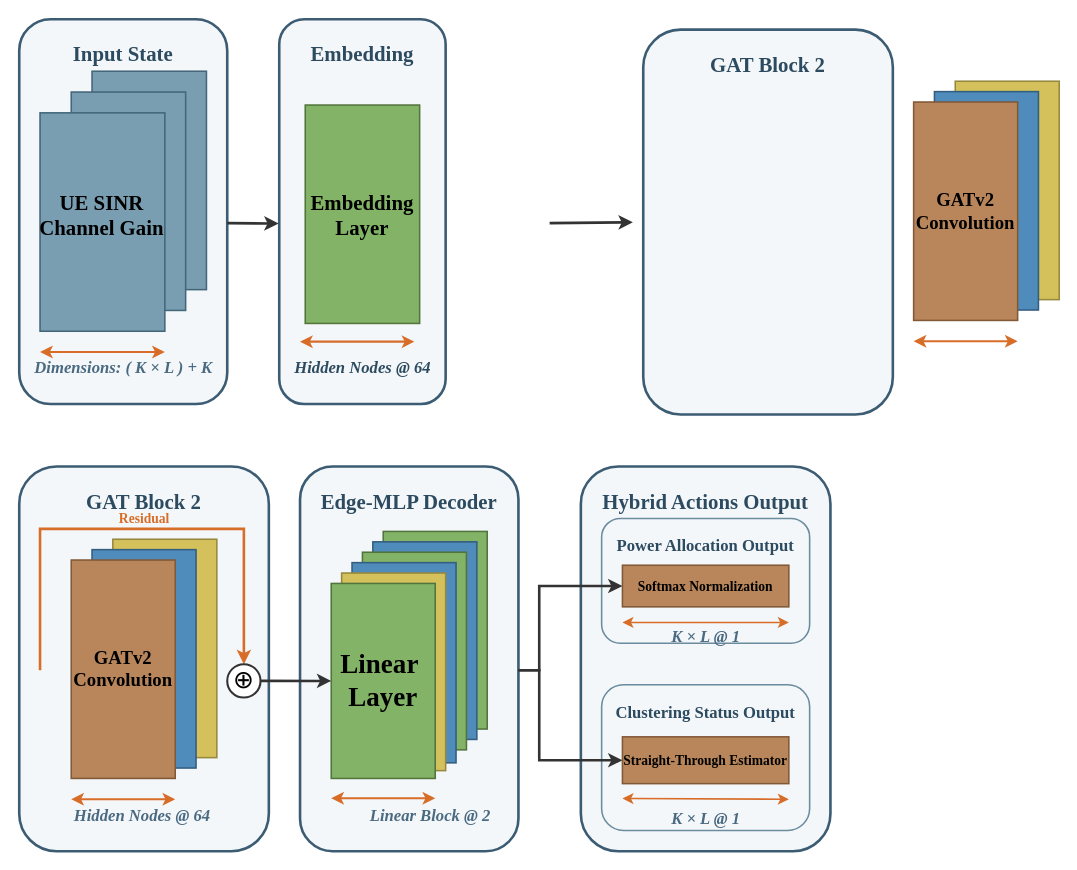
This is 毕设GNN架构图.drawio from youmiwei/drawio, a draw.io file, before an edit. Source tidied: cells renumbered, new cells numbered last; positions are measured from the earlier drawing's top-left corner, leaving out a move shared by most shapes. Both pictures are drawn from the tidied source at 104%, with x=0, y=0 at pixel (19, 19).
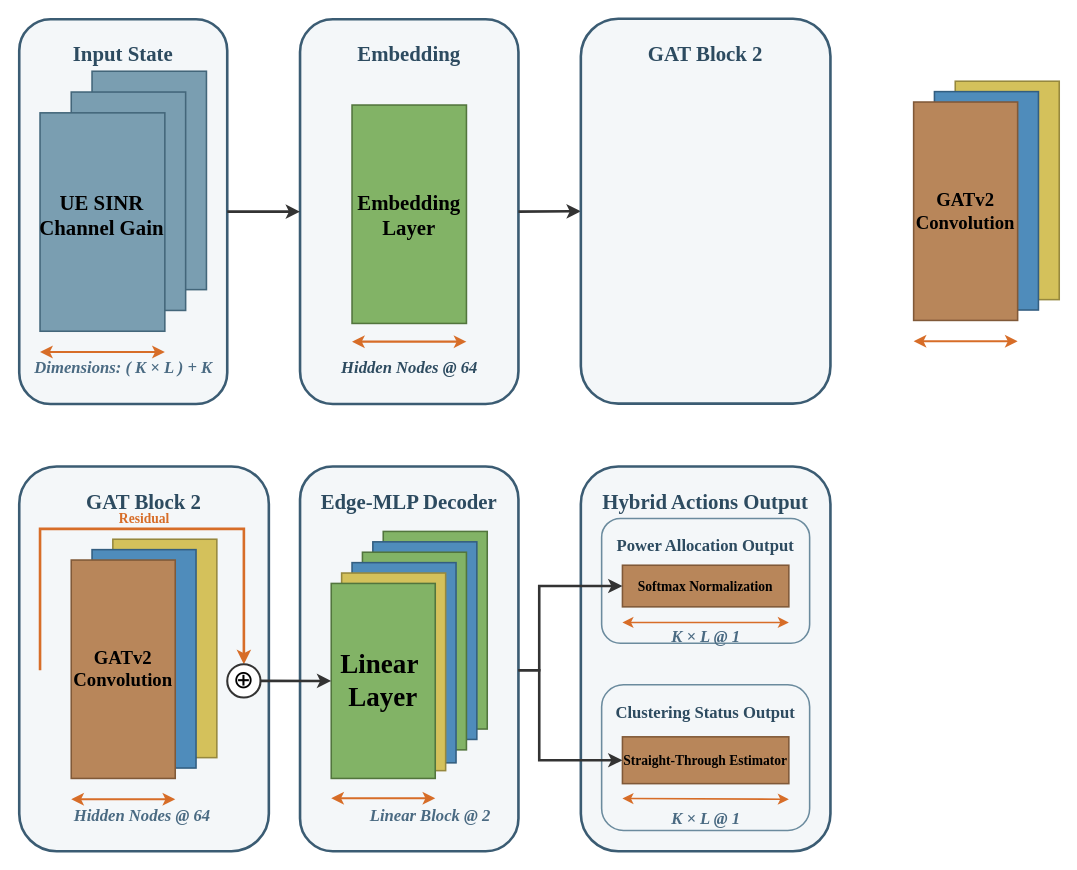
Above is the later version.

Commit message (it also covers changes not shown here):
更新毕设GNN架构图.drawio

Unchanged cells that the change refers to:
```xml
<mxCell id="3" value="&lt;font color=&quot;#2d4b60&quot; style=&quot;font-size: 20px;&quot;&gt;Input State&lt;/font&gt;" style="rounded=1;whiteSpace=wrap;html=1;fillColor=#f4f7f9;strokeColor=#3b5c73;strokeWidth=2.5;align=center;verticalAlign=top;fontStyle=1;spacingTop=15;fontFamily=Times New Roman, 宋体;" parent="1" vertex="1">
  <mxGeometry width="200" height="370" as="geometry" />
</mxCell>
```

Diff of the diagram source:
```diff
@@
     <mxCell id="2" value="&lt;span&gt;&lt;font style=&quot;font-size: 20px; color: light-dark(rgb(45, 75, 96), rgb(128, 167, 130));&quot;&gt;Embedding&lt;/font&gt;&lt;/span&gt;" style="rounded=1;whiteSpace=wrap;html=1;fillColor=#f4f7f9;strokeColor=#3b5c73;strokeWidth=2.5;align=center;verticalAlign=top;fontStyle=1;spacingTop=15;fontFamily=Times New Roman, 宋体;" parent="1" vertex="1">
-      <mxGeometry x="250" width="160" height="370" as="geometry" />
+      <mxGeometry x="270" width="210" height="370" as="geometry" />
     </mxCell>
@@
     <mxCell id="13" value="&lt;font style=&quot;font-size: 20px; color: rgb(0, 0, 0);&quot;&gt;Embedding Layer&lt;/font&gt;" style="rounded=0;whiteSpace=wrap;html=1;fillColor=#82b366;strokeColor=#52753d;strokeWidth=1.5;fontFamily=Times New Roman, 宋体;fontStyle=1;fontSize=11;fontColor=#ffffff;direction=south;" parent="1" vertex="1">
-      <mxGeometry x="275" y="82.5" width="110" height="210" as="geometry" />
+      <mxGeometry x="320" y="82.5" width="110" height="210" as="geometry" />
     </mxCell>
@@
     <mxCell id="17" style="endArrow=classic;startArrow=classic;html=1;strokeColor=#d76d28;strokeWidth=2;fillColor=#d76d28;fontFamily=Times New Roman, 宋体;" parent="1" edge="1">
       <mxGeometry relative="1" as="geometry">
-        <mxPoint x="270" y="310" as="sourcePoint" />
-        <mxPoint x="380" y="310" as="targetPoint" />
+        <mxPoint x="320" y="310" as="sourcePoint" />
+        <mxPoint x="430" y="310" as="targetPoint" />
       </mxGeometry>
     </mxCell>
@@
     <mxCell id="19" value="&lt;i&gt;&lt;font style=&quot;font-size: 16px; color: light-dark(rgb(45, 75, 96), rgb(237, 237, 237));&quot;&gt;Hidden Nodes @ 64&lt;/font&gt;&lt;/i&gt;" style="text;html=1;align=center;verticalAlign=middle;fontSize=13;fontFamily=Times New Roman, 宋体;fontStyle=1;fontColor=#3e6b40;" parent="1" vertex="1">
-      <mxGeometry x="260" y="325" width="140" height="20" as="geometry" />
+      <mxGeometry x="305" y="325" width="140" height="20" as="geometry" />
     </mxCell>
@@
-    <mxCell id="40" style="endArrow=classic;html=1;strokeWidth=2.5;strokeColor=#333333;fontFamily=Times New Roman, 宋体;entryX=-0.004;entryY=0.531;entryDx=0;entryDy=0;entryPerimeter=0;" parent="1" edge="1" target="2">
-      <mxGeometry relative="1" as="geometry">
-        <mxPoint x="200" y="196" as="sourcePoint" />
-      </mxGeometry>
+    <mxCell id="40" style="endArrow=classic;html=1;strokeWidth=2.5;strokeColor=#333333;fontFamily=Times New Roman, 宋体;entryX=0;entryY=0.5;entryDx=0;entryDy=0;exitX=1;exitY=0.5;exitDx=0;exitDy=0;" parent="1" edge="1" source="3" target="2">
+      <mxGeometry relative="1" as="geometry" />
     </mxCell>
-    <mxCell id="41" style="endArrow=classic;html=1;strokeWidth=2.5;strokeColor=#333333;fontFamily=Times New Roman, 宋体;" parent="1" edge="1">
-      <mxGeometry relative="1" as="geometry">
-        <mxPoint x="510" y="196" as="sourcePoint" />
-        <mxPoint x="590" y="195.2" as="targetPoint" />
-      </mxGeometry>
+    <mxCell id="41" style="endArrow=classic;html=1;strokeWidth=2.5;strokeColor=#333333;fontFamily=Times New Roman, 宋体;exitX=1;exitY=0.5;exitDx=0;exitDy=0;entryX=0;entryY=0.5;entryDx=0;entryDy=0;" parent="1" edge="1" source="2" target="50">
+      <mxGeometry relative="1" as="geometry" />
     </mxCell>
@@
     <mxCell id="50" value="&lt;font color=&quot;#2d4b60&quot; style=&quot;font-size: 20px;&quot;&gt;GAT Block 2&lt;/font&gt;" style="rounded=1;whiteSpace=wrap;html=1;fillColor=#f4f7f9;strokeColor=#3b5c73;strokeWidth=2.5;align=center;verticalAlign=top;fontStyle=1;spacingTop=15;fontFamily=Times New Roman, 宋体;" parent="1" vertex="1">
-      <mxGeometry x="600" y="10" width="240" height="370" as="geometry" />
+      <mxGeometry x="540" y="-0.4" width="240" height="370" as="geometry" />
     </mxCell>
```
